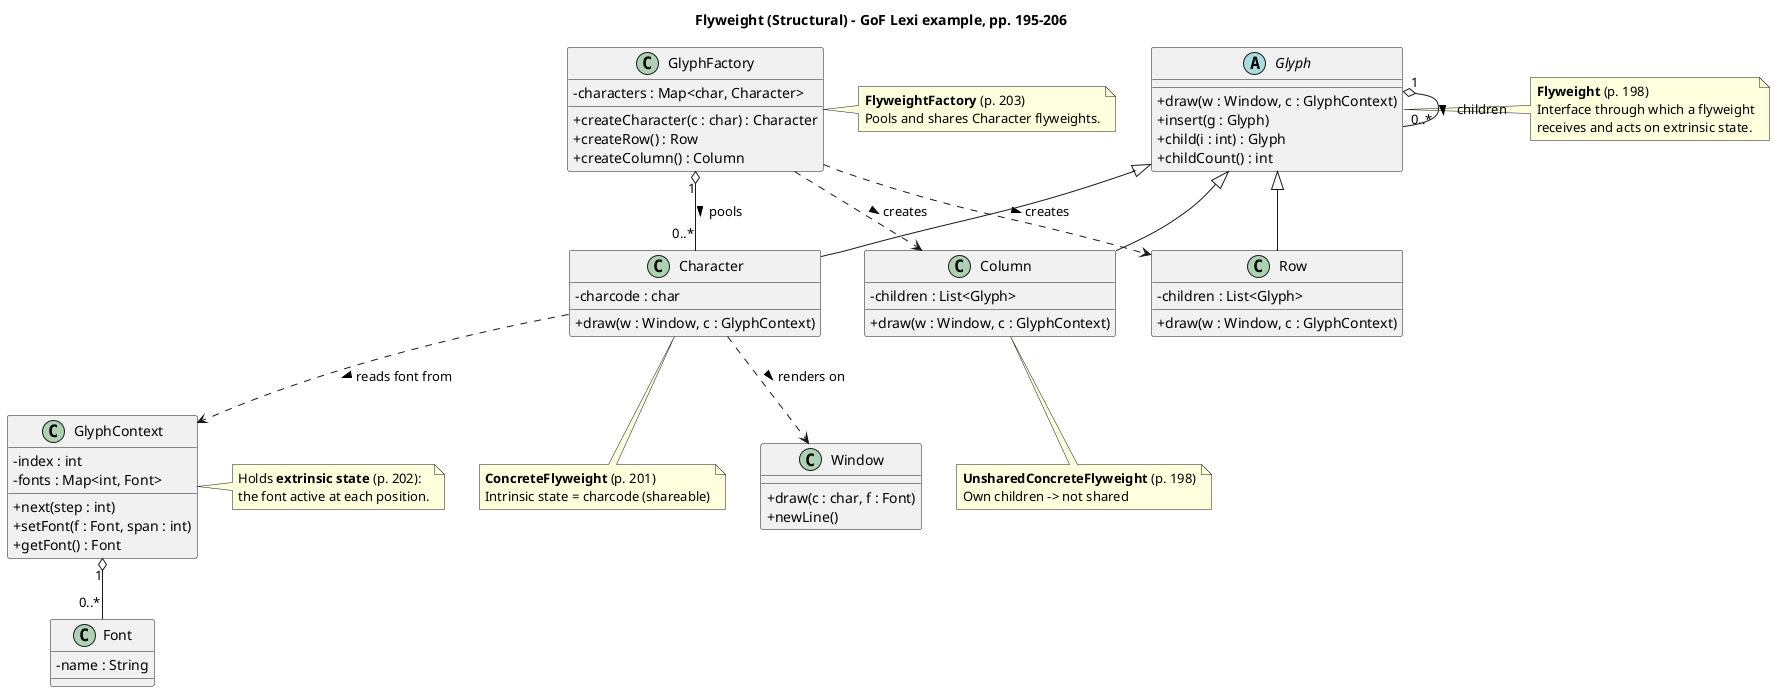
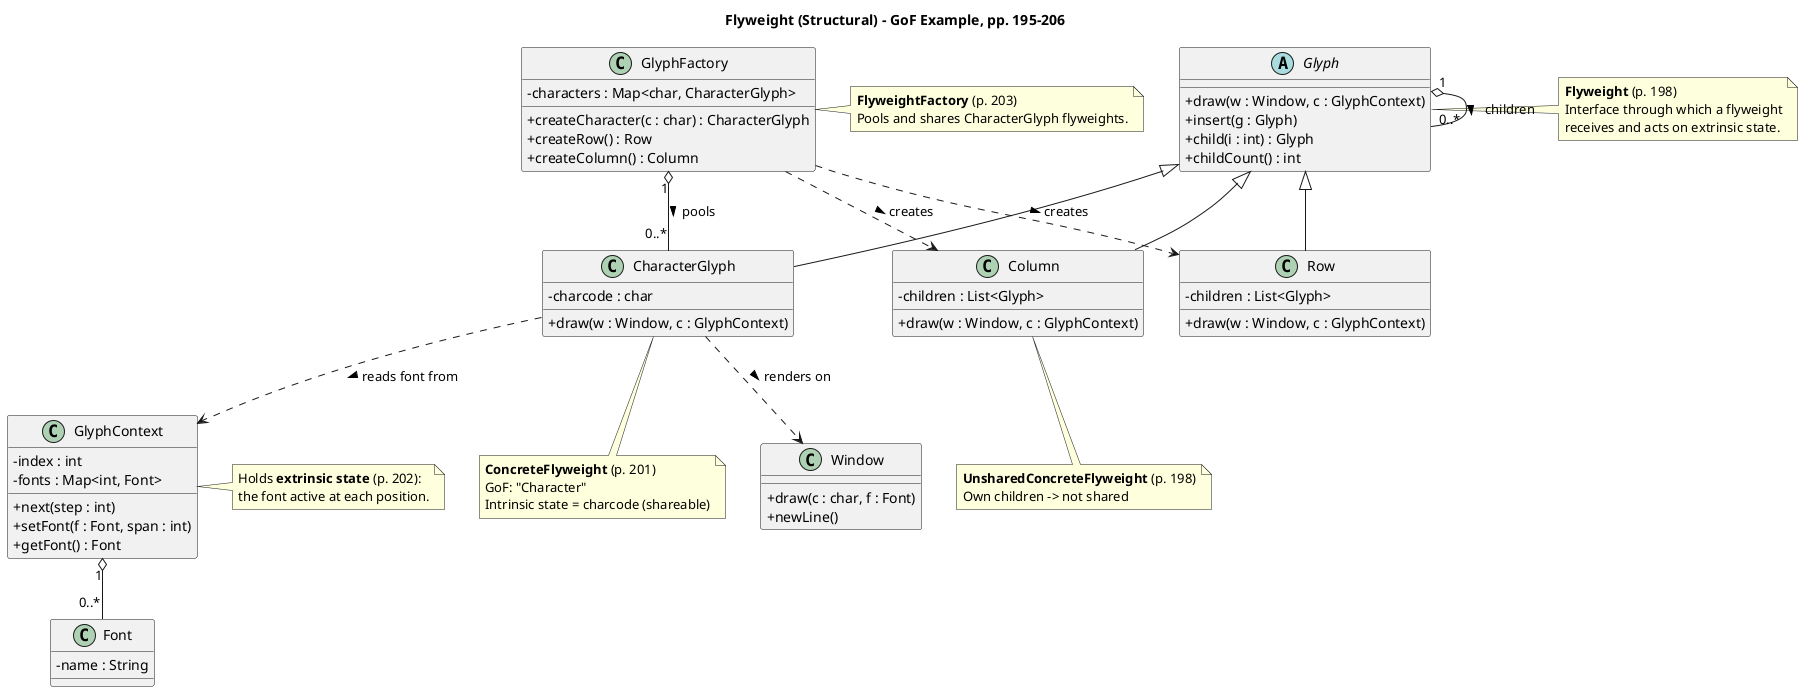
@startuml Flyweight
' GoF Flyweight - "Lexi" document editor example (Design Patterns, pp. 195-206)
' Simplified font mapping (plain index->Font) replaces the book's BTree (p. 202).
+ ' GoF's "Character" participant is named CharacteærGlyph here to avoid clashing
+ ' with the built-in character types of Java / C# / Python.

- title Flyweight (Structural) - GoF Lexi example, pp. 195-206
+ title Flyweight (Structural) - GoF Example, pp. 195-206

skinparam classAttributeIconSize 0

abstract class Glyph {
  + draw(w : Window, c : GlyphContext)
  + insert(g : Glyph)
  + child(i : int) : Glyph
  + childCount() : int
}
note right of Glyph
  **Flyweight** (p. 198)
  Interface through which a flyweight
  receives and acts on extrinsic state.
end note

- class Character {
+ class CharacterGlyph {
  - charcode : char
  + draw(w : Window, c : GlyphContext)
}
- note bottom of Character
+ note bottom of CharacterGlyph
  **ConcreteFlyweight** (p. 201)
+   GoF: "Character"
  Intrinsic state = charcode (shareable)
end note

class Row {
  - children : List<Glyph>
  + draw(w : Window, c : GlyphContext)
}
class Column {
  - children : List<Glyph>
  + draw(w : Window, c : GlyphContext)
}
note bottom of Column
  **UnsharedConcreteFlyweight** (p. 198)
  Own children -> not shared
end note

class GlyphContext {
  - index : int
  - fonts : Map<int, Font>
  + next(step : int)
  + setFont(f : Font, span : int)
  + getFont() : Font
}
note right of GlyphContext
  Holds **extrinsic state** (p. 202):
  the font active at each position.
end note

class GlyphFactory {
-   - characters : Map<char, Character>
-   + createCharacter(c : char) : Character
+   - characters : Map<char, CharacterGlyph>
+   + createCharacter(c : char) : CharacterGlyph
  + createRow() : Row
  + createColumn() : Column
}
note right of GlyphFactory
  **FlyweightFactory** (p. 203)
-   Pools and shares Character flyweights.
+   Pools and shares CharacterGlyph flyweights.
end note

class Font {
  - name : String
}
class Window {
  + draw(c : char, f : Font)
  + newLine()
}

- Glyph <|-- Character
+ Glyph <|-- CharacterGlyph
Glyph <|-- Row
Glyph <|-- Column

Glyph "1" o-- "0..*" Glyph : children >
- GlyphFactory "1" o-- "0..*" Character : pools >
+ GlyphFactory "1" o-- "0..*" CharacterGlyph : pools >
GlyphFactory ..> Row : creates >
GlyphFactory ..> Column : creates >
GlyphContext "1" o-- "0..*" Font
- Character ..> GlyphContext : reads font from >
- Character ..> Window : renders on >
+ CharacterGlyph ..> GlyphContext : reads font from >
+ CharacterGlyph ..> Window : renders on >

@enduml
